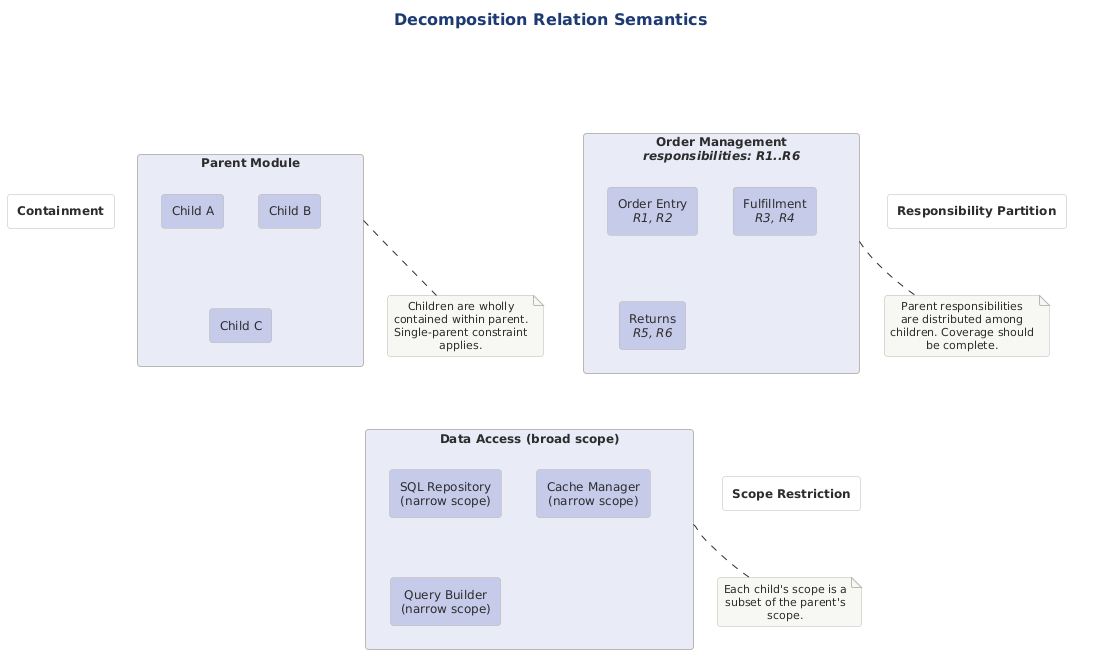
Earlier version of the PlantUML export src/architecture/views-and-beyond/style-catalogs/module/decomposition-style/png/03-decomposition-relation.png (Notoriousjayy/latex-docs). Source of this version:
```plantuml
@startuml 03-decomposition-relation
!include ../../../../../../tooling/styles/plantuml/structural/component-diagram-style.iuml


title Decomposition Relation Semantics

together {

  rectangle "**Containment**" as cont_title #FFFFFF

  rectangle "Parent Module" as p1 #E8EAF6 {
    rectangle "Child A" as c1a #C5CAE9
    rectangle "Child B" as c1b #C5CAE9
    rectangle "Child C" as c1c #C5CAE9
  }

  note bottom of p1
    Children are wholly
    contained within parent.
    Single-parent constraint
    applies.
  end note

}

together {

  rectangle "**Responsibility Partition**" as resp_title #FFFFFF

  rectangle "Order Management\n//responsibilities: R1..R6//" as p2 #E8EAF6 {
    rectangle "Order Entry\n//R1, R2//" as c2a #C5CAE9
    rectangle "Fulfillment\n//R3, R4//" as c2b #C5CAE9
    rectangle "Returns\n//R5, R6//" as c2c #C5CAE9
  }

  note bottom of p2
    Parent responsibilities
    are distributed among
    children. Coverage should
    be complete.
  end note

}

together {

  rectangle "**Scope Restriction**" as scope_title #FFFFFF

  rectangle "Data Access (broad scope)" as p3 #E8EAF6 {
    rectangle "SQL Repository\n(narrow scope)" as c3a #C5CAE9
    rectangle "Cache Manager\n(narrow scope)" as c3b #C5CAE9
    rectangle "Query Builder\n(narrow scope)" as c3c #C5CAE9
  }

  note bottom of p3
    Each child's scope is a
    subset of the parent's
    scope.
  end note

}

cont_title -[hidden]right-> resp_title
resp_title -[hidden]right-> scope_title

@enduml
```
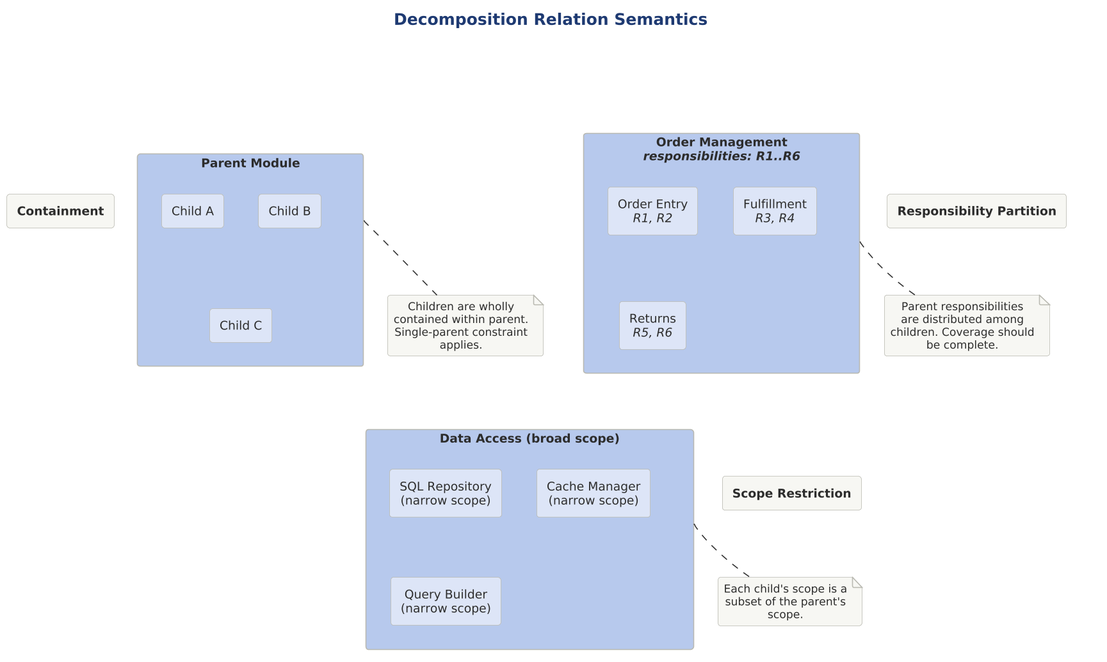
After the change.

The edit, as a diff of the source:
```diff
@@ -1,17 +1,21 @@
 @startuml 03-decomposition-relation
+
+skinparam dpi 150
+
+
+
 !include ../../../../../../tooling/styles/plantuml/structural/component-diagram-style.iuml
-
 
 title Decomposition Relation Semantics
 
 together {
 
-  rectangle "**Containment**" as cont_title #FFFFFF
+  rectangle "**Containment**" as cont_title $theme_surface
 
-  rectangle "Parent Module" as p1 #E8EAF6 {
-    rectangle "Child A" as c1a #C5CAE9
-    rectangle "Child B" as c1b #C5CAE9
-    rectangle "Child C" as c1c #C5CAE9
+  rectangle "Parent Module" as p1 $deep_primary {
+    rectangle "Child A" as c1a $fill_primary
+    rectangle "Child B" as c1b $fill_primary
+    rectangle "Child C" as c1c $fill_primary
   }
 
   note bottom of p1
@@ -25,12 +29,12 @@
 
 together {
 
-  rectangle "**Responsibility Partition**" as resp_title #FFFFFF
+  rectangle "**Responsibility Partition**" as resp_title $theme_surface
 
-  rectangle "Order Management\n//responsibilities: R1..R6//" as p2 #E8EAF6 {
-    rectangle "Order Entry\n//R1, R2//" as c2a #C5CAE9
-    rectangle "Fulfillment\n//R3, R4//" as c2b #C5CAE9
-    rectangle "Returns\n//R5, R6//" as c2c #C5CAE9
+  rectangle "Order Management\n//responsibilities: R1..R6//" as p2 $deep_primary {
+    rectangle "Order Entry\n//R1, R2//" as c2a $fill_primary
+    rectangle "Fulfillment\n//R3, R4//" as c2b $fill_primary
+    rectangle "Returns\n//R5, R6//" as c2c $fill_primary
   }
 
   note bottom of p2
@@ -44,12 +48,12 @@
 
 together {
 
-  rectangle "**Scope Restriction**" as scope_title #FFFFFF
+  rectangle "**Scope Restriction**" as scope_title $theme_surface
 
-  rectangle "Data Access (broad scope)" as p3 #E8EAF6 {
-    rectangle "SQL Repository\n(narrow scope)" as c3a #C5CAE9
-    rectangle "Cache Manager\n(narrow scope)" as c3b #C5CAE9
-    rectangle "Query Builder\n(narrow scope)" as c3c #C5CAE9
+  rectangle "Data Access (broad scope)" as p3 $deep_primary {
+    rectangle "SQL Repository\n(narrow scope)" as c3a $fill_primary
+    rectangle "Cache Manager\n(narrow scope)" as c3b $fill_primary
+    rectangle "Query Builder\n(narrow scope)" as c3c $fill_primary
   }
 
   note bottom of p3
```
